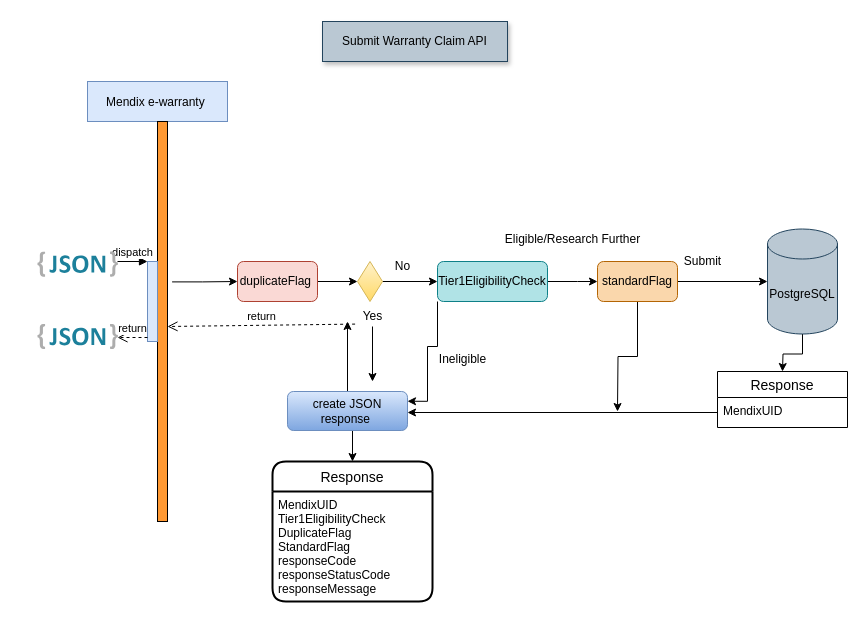
This is Untitled Diagram.drawio from MrMetalAddict/Retail-Mon, a draw.io file, before an edit. Source tidied: cells renumbered, new cells numbered last; positions are measured from the earlier drawing's top-left corner, leaving out a move shared by most shapes. Both pictures are drawn from the tidied source at 100%, with x=0, y=0 at pixel (37, 21).
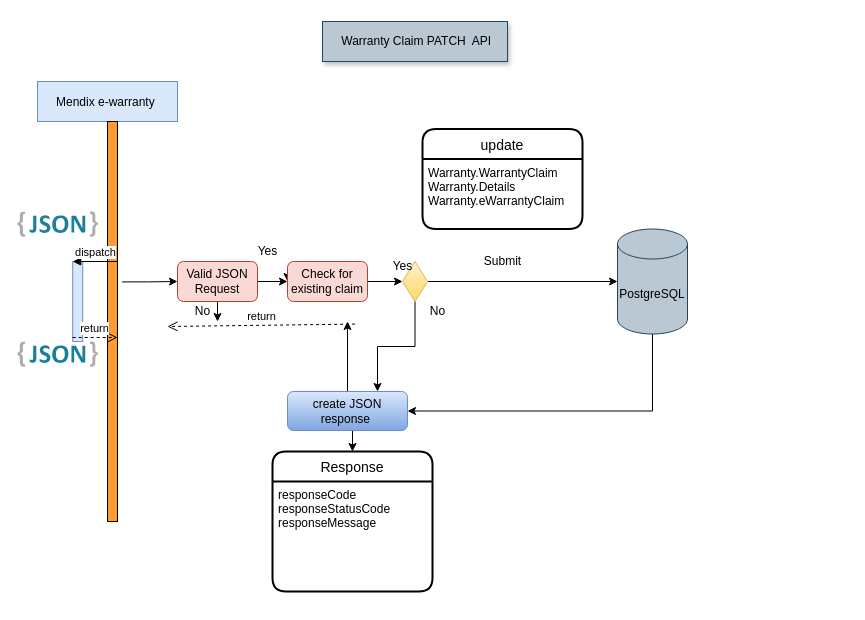
Above is the later version.

The change refers to these unchanged cells:
```xml
<mxCell id="3" style="points=[];perimeter=orthogonalPerimeter;rounded=0;shadow=0;strokeWidth=1;fillColor=#FF9933;" parent="2" vertex="1">
  <mxGeometry x="70" y="40" width="10" height="400" as="geometry" />
</mxCell>
<mxCell id="36" value="create JSON response&amp;nbsp;" style="rounded=1;whiteSpace=wrap;html=1;gradientColor=#7ea6e0;fillColor=#dae8fc;strokeColor=#6c8ebf;" parent="1" vertex="1">
  <mxGeometry x="250" y="370" width="120" height="39" as="geometry" />
</mxCell>
```

Change to the diagram source:
```diff
@@
     <mxCell id="2" value="Mendix e-warranty " style="shape=umlLifeline;perimeter=lifelinePerimeter;rounded=0;shadow=0;strokeWidth=1;fillColor=#dae8fc;strokeColor=#6c8ebf;" parent="1" vertex="1">
-      <mxGeometry x="50" y="60" width="140" height="440" as="geometry" />
+      <mxGeometry y="60" width="140" height="440" as="geometry" />
     </mxCell>
@@
-    <mxCell id="4" value="Submit Warranty Claim API" style="text;html=1;align=center;verticalAlign=middle;whiteSpace=wrap;rounded=0;shadow=1;fillColor=#bac8d3;strokeColor=#23445d;" parent="1" vertex="1">
+    <mxCell id="4" value="&amp;nbsp;Warranty Claim PATCH&amp;nbsp; API" style="text;html=1;align=center;verticalAlign=middle;whiteSpace=wrap;rounded=0;shadow=1;fillColor=#bac8d3;strokeColor=#23445d;" parent="1" vertex="1">
       <mxGeometry x="285" width="185" height="40" as="geometry" />
     </mxCell>
@@
-    <mxCell id="6" style="edgeStyle=orthogonalEdgeStyle;rounded=0;jettySize=auto;html=1;" parent="1" edge="1" source="7">
-      <mxGeometry relative="1" as="geometry">
-        <mxPoint x="745" y="350" as="targetPoint" />
-      </mxGeometry>
-    </mxCell>
+    <mxCell id="39" style="edgeStyle=orthogonalEdgeStyle;rounded=0;jettySize=auto;html=1;exitX=0.5;exitY=1;exitDx=0;exitDy=0;exitPerimeter=0;entryX=1;entryY=0.5;entryDx=0;entryDy=0;" parent="1" edge="1" source="7" target="36">
+      <mxGeometry relative="1" as="geometry" />
+    </mxCell>
     <mxCell id="7" value="PostgreSQL" style="shape=cylinder3;whiteSpace=wrap;html=1;boundedLbl=1;backgroundOutline=1;size=15;fillColor=#bac8d3;strokeColor=#23445d;" parent="1" vertex="1">
-      <mxGeometry x="730" y="207.5" width="70" height="105" as="geometry" />
+      <mxGeometry x="580" y="207.5" width="70" height="105" as="geometry" />
     </mxCell>
-    <mxCell id="8" style="edgeStyle=orthogonalEdgeStyle;rounded=0;jettySize=auto;html=1;entryX=0;entryY=0.5;entryDx=0;entryDy=0;exitX=1.46;exitY=0.401;exitDx=0;exitDy=0;exitPerimeter=0;" parent="1" edge="1" source="3" target="18">
+    <mxCell id="8" style="edgeStyle=orthogonalEdgeStyle;rounded=0;jettySize=auto;html=1;entryX=0;entryY=0.5;entryDx=0;entryDy=0;exitX=1.46;exitY=0.401;exitDx=0;exitDy=0;exitPerimeter=0;" parent="1" edge="1" source="53" target="18">
       <mxGeometry relative="1" as="geometry" />
     </mxCell>
     <mxCell id="9" style="html=1;points=[];perimeter=orthogonalPerimeter;fillColor=#dae8fc;strokeColor=#6c8ebf;" parent="1" vertex="1">
-      <mxGeometry x="110" y="240" width="10" height="80" as="geometry" />
+      <mxGeometry x="35.2" y="240" width="10" height="80" as="geometry" />
     </mxCell>
@@
     <mxCell id="12" style="dashed=0;html=1;align=center;labelPosition=center;verticalLabelPosition=bottom;verticalAlign=top;shape=mxgraph.weblogos.json_2;" parent="1" vertex="1">
-      <mxGeometry y="230" width="80.4" height="25.2" as="geometry" />
+      <mxGeometry x="-20" y="190" width="80.4" height="25.2" as="geometry" />
     </mxCell>
     <mxCell id="13" style="dashed=0;html=1;align=center;labelPosition=center;verticalLabelPosition=bottom;verticalAlign=top;shape=mxgraph.weblogos.json_2;" parent="1" vertex="1">
-      <mxGeometry y="302.4" width="80.4" height="25.2" as="geometry" />
+      <mxGeometry x="-20" y="320" width="80.4" height="25.2" as="geometry" />
     </mxCell>
-    <mxCell id="14" style="edgeStyle=orthogonalEdgeStyle;rounded=0;jettySize=auto;html=1;" parent="1" edge="1" source="16" target="21">
-      <mxGeometry relative="1" as="geometry">
-        <Array as="points">
-          <mxPoint x="540" y="260" />
-          <mxPoint x="540" y="260" />
-        </Array>
-      </mxGeometry>
-    </mxCell>
-    <mxCell id="15" style="edgeStyle=orthogonalEdgeStyle;rounded=0;jettySize=auto;html=1;entryX=1;entryY=0.25;entryDx=0;entryDy=0;" parent="1" edge="1" source="16" target="36">
-      <mxGeometry relative="1" as="geometry">
-        <Array as="points">
-          <mxPoint x="400" y="325" />
-          <mxPoint x="390" y="325" />
-          <mxPoint x="390" y="380" />
-        </Array>
-      </mxGeometry>
-    </mxCell>
-    <mxCell id="16" value="Tier1EligibilityCheck" style="rounded=1;whiteSpace=wrap;html=1;fillColor=#b0e3e6;strokeColor=#0e8088;" parent="1" vertex="1">
-      <mxGeometry x="400" y="240" width="110" height="40" as="geometry" />
-    </mxCell>
@@
-    <mxCell id="18" value="duplicateFlag&amp;nbsp;" style="rounded=1;whiteSpace=wrap;html=1;fillColor=#fad9d5;strokeColor=#ae4132;" parent="1" vertex="1">
-      <mxGeometry x="200" y="240" width="80" height="40" as="geometry" />
+    <mxCell id="18" value="Check for existing claim" style="rounded=1;whiteSpace=wrap;html=1;fillColor=#fad9d5;strokeColor=#ae4132;" parent="1" vertex="1">
+      <mxGeometry x="250" y="240" width="80" height="40" as="geometry" />
     </mxCell>
-    <mxCell id="19" style="edgeStyle=orthogonalEdgeStyle;rounded=0;jettySize=auto;html=1;exitX=1;exitY=0.5;exitDx=0;exitDy=0;entryX=0;entryY=0.5;entryDx=0;entryDy=0;entryPerimeter=0;" parent="1" edge="1" source="21" target="7">
-      <mxGeometry relative="1" as="geometry" />
-    </mxCell>
-    <mxCell id="20" style="edgeStyle=orthogonalEdgeStyle;rounded=0;jettySize=auto;html=1;" parent="1" edge="1" source="21">
-      <mxGeometry relative="1" as="geometry">
-        <mxPoint x="580" y="390" as="targetPoint" />
-      </mxGeometry>
-    </mxCell>
-    <mxCell id="21" value="standardFlag" style="rounded=1;whiteSpace=wrap;html=1;fillColor=#fad7ac;strokeColor=#b46504;" parent="1" vertex="1">
-      <mxGeometry x="560" y="240" width="80" height="40" as="geometry" />
-    </mxCell>
-    <mxCell id="22" style="edgeStyle=orthogonalEdgeStyle;rounded=0;jettySize=auto;html=1;" parent="1" edge="1" source="23">
-      <mxGeometry relative="1" as="geometry">
-        <mxPoint x="400" y="260" as="targetPoint" />
-      </mxGeometry>
+    <mxCell id="22" style="edgeStyle=orthogonalEdgeStyle;rounded=0;jettySize=auto;html=1;entryX=0;entryY=0.5;entryDx=0;entryDy=0;entryPerimeter=0;" parent="1" edge="1" source="23" target="7">
+      <mxGeometry relative="1" as="geometry" />
     </mxCell>
+    <mxCell id="40" style="edgeStyle=orthogonalEdgeStyle;rounded=0;jettySize=auto;html=1;entryX=0.75;entryY=0;entryDx=0;entryDy=0;" parent="1" edge="1" source="23" target="36">
+      <mxGeometry relative="1" as="geometry" />
+    </mxCell>
     <mxCell id="23" style="rhombus;whiteSpace=wrap;html=1;gradientColor=#ffd966;fillColor=#fff2cc;strokeColor=#d6b656;" parent="1" vertex="1">
-      <mxGeometry x="320" y="240" width="25" height="40" as="geometry" />
+      <mxGeometry x="365" y="240" width="25" height="40" as="geometry" />
     </mxCell>
-    <mxCell id="24" style="edgeStyle=orthogonalEdgeStyle;rounded=0;jettySize=auto;html=1;" parent="1" edge="1" source="25">
-      <mxGeometry relative="1" as="geometry">
-        <mxPoint x="335" y="360" as="targetPoint" />
-      </mxGeometry>
-    </mxCell>
-    <mxCell id="25" value="Yes" style="text;html=1;align=center;verticalAlign=middle;points=[];" parent="1" vertex="1">
-      <mxGeometry x="320" y="285" width="30" height="20" as="geometry" />
-    </mxCell>
-    <mxCell id="26" value="No" style="text;html=1;align=center;verticalAlign=middle;" parent="1" vertex="1">
+    <mxCell id="26" value="Yes" style="text;html=1;align=center;verticalAlign=middle;" parent="1" vertex="1">
       <mxGeometry x="350" y="235.2" width="30" height="20" as="geometry" />
     </mxCell>
-    <mxCell id="27" value="return" style="html=1;verticalAlign=bottom;endArrow=open;dashed=1;endSize=8;exitX=-0.08;exitY=0.88;exitDx=0;exitDy=0;exitPerimeter=0;" parent="1" edge="1" source="25">
+    <mxCell id="27" value="return" style="html=1;verticalAlign=bottom;endArrow=open;dashed=1;endSize=8;exitX=-0.08;exitY=0.88;exitDx=0;exitDy=0;exitPerimeter=0;" parent="1" edge="1">
       <mxGeometry relative="1" as="geometry">
+        <mxPoint x="317.6" y="302.6" as="sourcePoint" />
         <mxPoint x="130" y="305" as="targetPoint" />
       </mxGeometry>
     </mxCell>
     <mxCell id="28" value="Submit" style="text;html=1;align=center;verticalAlign=middle;" parent="1" vertex="1">
-      <mxGeometry x="640" y="230" width="50" height="20" as="geometry" />
+      <mxGeometry x="440" y="230" width="50" height="20" as="geometry" />
     </mxCell>
-    <mxCell id="29" value="Response" style="swimlane;fontStyle=0;horizontal=1;startSize=26;align=center;fontSize=14;" parent="1" vertex="1">
-      <mxGeometry x="680" y="350" width="130" height="56" as="geometry" />
-    </mxCell>
-    <mxCell id="30" value="MendixUID" style="text;strokeColor=none;fillColor=none;spacingLeft=4;spacingRight=4;overflow=hidden;points=[[0,0.5],[1,0.5]];portConstraint=eastwest;fontSize=12;" parent="29" vertex="1">
-      <mxGeometry y="26" width="130" height="30" as="geometry" />
-    </mxCell>
-    <mxCell id="31" style="edgeStyle=orthogonalEdgeStyle;rounded=0;jettySize=auto;html=1;entryX=1;entryY=0.75;entryDx=0;entryDy=0;" parent="1" edge="1" source="30">
-      <mxGeometry relative="1" as="geometry">
-        <mxPoint x="370" y="391" as="targetPoint" />
-      </mxGeometry>
-    </mxCell>
     <mxCell id="32" value="Response" style="swimlane;horizontal=1;startSize=30;rounded=1;fontSize=14;fontStyle=0;strokeWidth=2;shadow=0;dashed=0;align=center;" parent="1" vertex="1">
-      <mxGeometry x="235" y="440" width="160" height="140" as="geometry" />
+      <mxGeometry x="235" y="430" width="160" height="140" as="geometry" />
     </mxCell>
-    <mxCell id="33" value="MendixUID&#10;Tier1EligibilityCheck&#10;DuplicateFlag &#10;StandardFlag&#10;responseCode&#10;responseStatusCode&#10;responseMessage" style="align=left;strokeColor=none;fillColor=none;spacingLeft=4;fontSize=12;verticalAlign=top;" parent="32" vertex="1">
+    <mxCell id="33" value="responseCode&#10;responseStatusCode&#10;responseMessage" style="align=left;strokeColor=none;fillColor=none;spacingLeft=4;fontSize=12;verticalAlign=top;" parent="32" vertex="1">
       <mxGeometry y="30" width="160" height="110" as="geometry" />
     </mxCell>
+    <mxCell id="41" style="edgeStyle=orthogonalEdgeStyle;rounded=0;orthogonalLoop=1;jettySize=auto;html=1;exitX=0.5;exitY=1;exitDx=0;exitDy=0;" parent="32" edge="1" source="33" target="33">
+      <mxGeometry relative="1" as="geometry" />
+    </mxCell>
+    <mxCell id="42" style="edgeStyle=orthogonalEdgeStyle;rounded=0;orthogonalLoop=1;jettySize=auto;html=1;exitX=0.5;exitY=1;exitDx=0;exitDy=0;" parent="32" edge="1" source="33" target="33">
+      <mxGeometry relative="1" as="geometry" />
+    </mxCell>
+    <mxCell id="43" style="edgeStyle=orthogonalEdgeStyle;rounded=0;orthogonalLoop=1;jettySize=auto;html=1;exitX=0.5;exitY=1;exitDx=0;exitDy=0;" parent="32" edge="1" source="33" target="33">
+      <mxGeometry relative="1" as="geometry" />
+    </mxCell>
+    <mxCell id="44" style="edgeStyle=orthogonalEdgeStyle;rounded=0;orthogonalLoop=1;jettySize=auto;html=1;exitX=0.5;exitY=1;exitDx=0;exitDy=0;" parent="32" edge="1" source="33" target="33">
+      <mxGeometry relative="1" as="geometry" />
+    </mxCell>
+    <mxCell id="45" style="edgeStyle=orthogonalEdgeStyle;rounded=0;orthogonalLoop=1;jettySize=auto;html=1;exitX=0.5;exitY=1;exitDx=0;exitDy=0;" parent="32" edge="1" source="33" target="33">
+      <mxGeometry relative="1" as="geometry" />
+    </mxCell>
@@
-    <mxCell id="37" value="Ineligible" style="text;html=1;align=center;verticalAlign=middle;" parent="1" vertex="1">
-      <mxGeometry x="395" y="327.6" width="60" height="20" as="geometry" />
-    </mxCell>
-    <mxCell id="38" value="Eligible/Research Further" style="text;html=1;align=center;verticalAlign=middle;" parent="1" vertex="1">
-      <mxGeometry x="460" y="207.5" width="150" height="20" as="geometry" />
-    </mxCell>
+    <mxCell id="46" value="update" style="swimlane;horizontal=1;startSize=30;rounded=1;fontSize=14;fontStyle=0;strokeWidth=2;shadow=0;dashed=0;align=center;" parent="1" vertex="1">
+      <mxGeometry x="385" y="107.5" width="160" height="100" as="geometry" />
+    </mxCell>
+    <mxCell id="47" value="Warranty.WarrantyClaim&#10;Warranty.Details&#10;  Warranty.eWarrantyClaim" style="align=left;strokeColor=none;fillColor=none;spacingLeft=4;fontSize=12;verticalAlign=top;" parent="46" vertex="1">
+      <mxGeometry y="30" width="160" height="70" as="geometry" />
+    </mxCell>
+    <mxCell id="48" style="edgeStyle=orthogonalEdgeStyle;rounded=0;orthogonalLoop=1;jettySize=auto;html=1;exitX=0.5;exitY=1;exitDx=0;exitDy=0;" parent="46" edge="1" source="47" target="47">
+      <mxGeometry relative="1" as="geometry" />
+    </mxCell>
+    <mxCell id="49" style="edgeStyle=orthogonalEdgeStyle;rounded=0;orthogonalLoop=1;jettySize=auto;html=1;exitX=0.5;exitY=1;exitDx=0;exitDy=0;" parent="46" edge="1" source="47" target="47">
+      <mxGeometry relative="1" as="geometry" />
+    </mxCell>
+    <mxCell id="50" style="edgeStyle=orthogonalEdgeStyle;rounded=0;orthogonalLoop=1;jettySize=auto;html=1;exitX=0.5;exitY=1;exitDx=0;exitDy=0;" parent="46" edge="1" source="47" target="47">
+      <mxGeometry relative="1" as="geometry" />
+    </mxCell>
+    <mxCell id="51" style="edgeStyle=orthogonalEdgeStyle;rounded=0;jettySize=auto;html=1;exitX=1;exitY=0.5;exitDx=0;exitDy=0;entryX=0;entryY=0.5;entryDx=0;entryDy=0;" parent="1" edge="1" source="53" target="18">
+      <mxGeometry relative="1" as="geometry" />
+    </mxCell>
+    <mxCell id="52" style="edgeStyle=orthogonalEdgeStyle;rounded=0;jettySize=auto;html=1;exitX=0.5;exitY=1;exitDx=0;exitDy=0;" parent="1" edge="1" source="53">
+      <mxGeometry relative="1" as="geometry">
+        <mxPoint x="180" y="300" as="targetPoint" />
+      </mxGeometry>
+    </mxCell>
+    <mxCell id="53" value="Valid JSON Request" style="rounded=1;whiteSpace=wrap;html=1;fillColor=#fad9d5;strokeColor=#ae4132;" parent="1" vertex="1">
+      <mxGeometry x="140" y="240" width="80" height="40" as="geometry" />
+    </mxCell>
+    <mxCell id="54" style="edgeStyle=orthogonalEdgeStyle;rounded=0;jettySize=auto;html=1;entryX=0;entryY=0.5;entryDx=0;entryDy=0;exitX=1.46;exitY=0.401;exitDx=0;exitDy=0;exitPerimeter=0;" parent="1" edge="1" source="3" target="53">
+      <mxGeometry relative="1" as="geometry" />
+    </mxCell>
+    <mxCell id="55" value="No" style="text;html=1;align=center;verticalAlign=middle;" parent="1" vertex="1">
+      <mxGeometry x="385" y="280" width="30" height="20" as="geometry" />
+    </mxCell>
+    <mxCell id="25" value="Yes" style="text;html=1;align=center;verticalAlign=middle;points=[];" parent="1" vertex="1">
+      <mxGeometry x="215" y="220" width="30" height="20" as="geometry" />
+    </mxCell>
+    <mxCell id="56" value="No" style="text;html=1;align=center;verticalAlign=middle;" parent="1" vertex="1">
+      <mxGeometry x="150" y="280" width="30" height="20" as="geometry" />
+    </mxCell>
```
